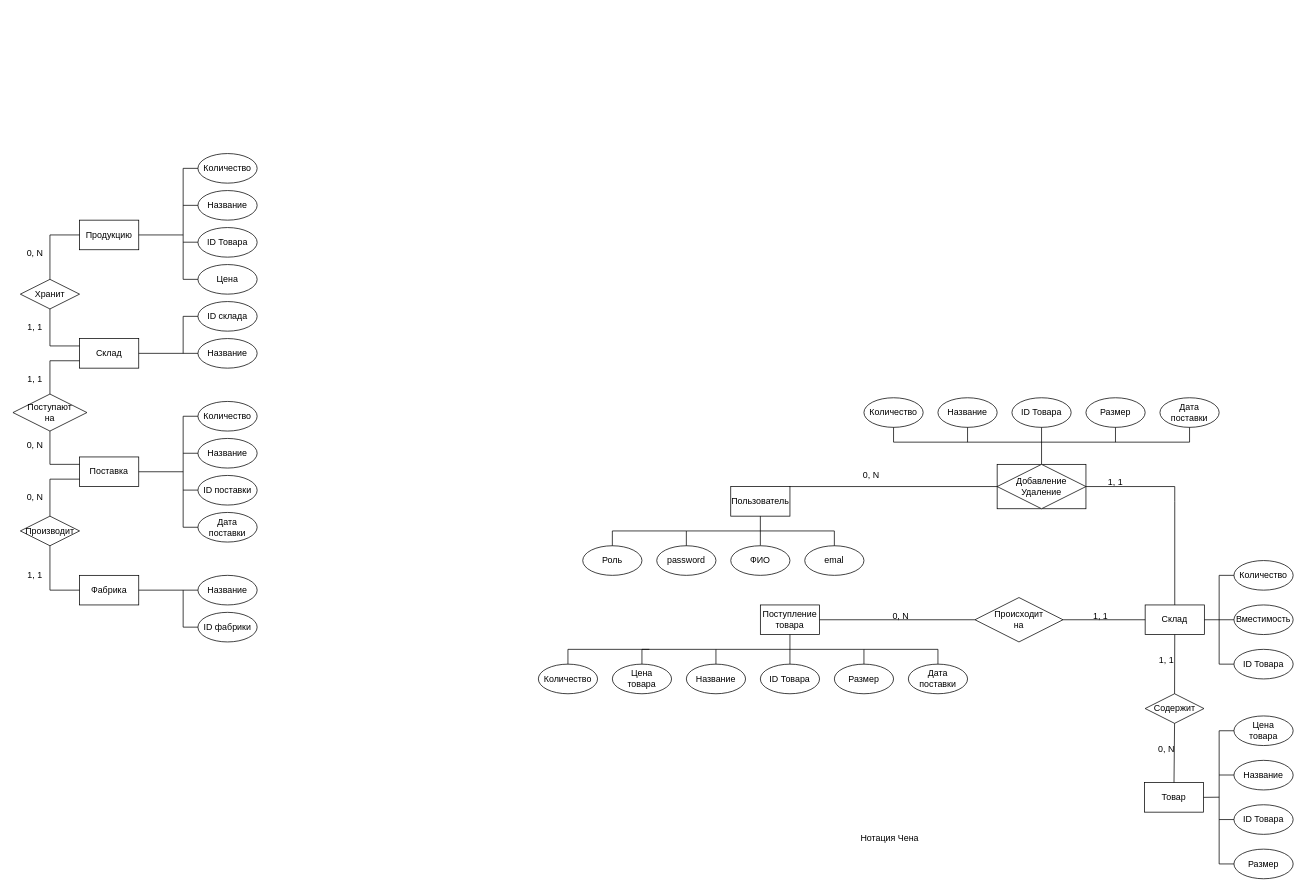
The draw.io diagram КМПО V2.0.drawio in marsek4/ssp, before the edit. Source tidied: cells renumbered, new cells numbered last; positions are measured from the earlier drawing's top-left corner, leaving out a move shared by most shapes. Both pictures are drawn from the tidied source at 74%, with x=0, y=0 at pixel (13, 153).
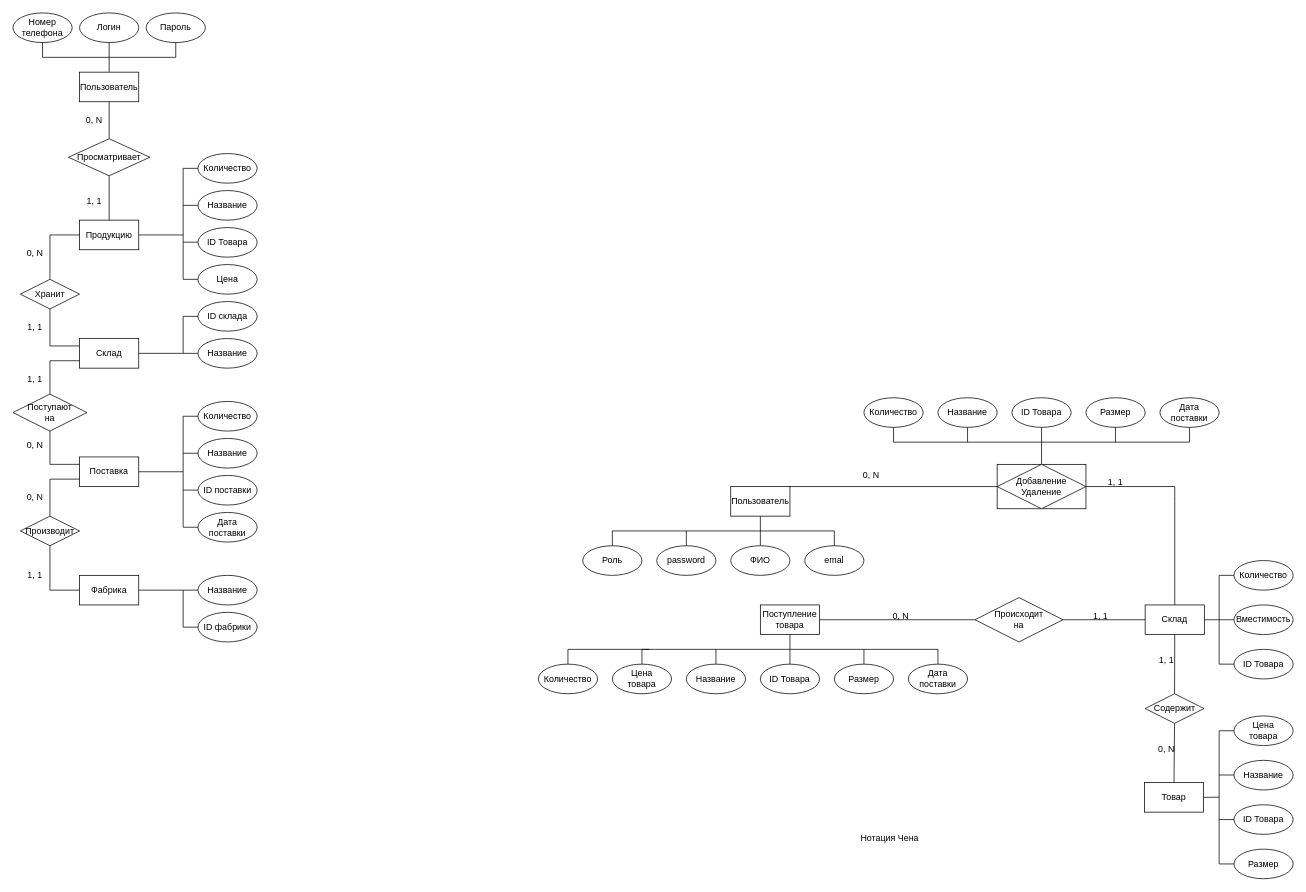
The same diagram, later.

The change refers to these unchanged cells:
```xml
<mxCell id="79" value="Продукцию" style="rounded=0;whiteSpace=wrap;html=1;" parent="1" vertex="1">
  <mxGeometry x="90" y="90" width="80" height="40" as="geometry" />
</mxCell>
```

Diff of the diagram source:
```diff
@@
+    <mxCell id="107" value="Пользователь" style="rounded=0;whiteSpace=wrap;html=1;" parent="1" vertex="1">
+      <mxGeometry x="90" y="-110" width="80" height="40" as="geometry" />
+    </mxCell>
+    <mxCell id="108" value="Просматривает" style="rhombus;whiteSpace=wrap;html=1;" parent="1" vertex="1">
+      <mxGeometry x="75" y="-20" width="110" height="50" as="geometry" />
+    </mxCell>
+    <mxCell id="109" style="endArrow=none;html=1;rounded=0;entryX=0.5;entryY=1;entryDx=0;entryDy=0;exitX=0.5;exitY=0;exitDx=0;exitDy=0;" parent="1" edge="1" source="108" target="107">
+      <mxGeometry relative="1" as="geometry" />
+    </mxCell>
+    <mxCell id="110" style="endArrow=none;html=1;rounded=0;entryX=0.5;entryY=1;entryDx=0;entryDy=0;exitX=0.5;exitY=0;exitDx=0;exitDy=0;" parent="1" edge="1" source="79" target="108">
+      <mxGeometry relative="1" as="geometry" />
+    </mxCell>
+    <mxCell id="111" value="Номер&lt;br&gt;телефона" style="ellipse;whiteSpace=wrap;html=1;" parent="1" vertex="1">
+      <mxGeometry y="-190" width="80" height="40" as="geometry" />
+    </mxCell>
+    <mxCell id="112" value="Логин" style="ellipse;whiteSpace=wrap;html=1;" parent="1" vertex="1">
+      <mxGeometry x="90" y="-190" width="80" height="40" as="geometry" />
+    </mxCell>
+    <mxCell id="113" value="Пароль" style="ellipse;whiteSpace=wrap;html=1;" parent="1" vertex="1">
+      <mxGeometry x="180" y="-190" width="80" height="40" as="geometry" />
+    </mxCell>
+    <mxCell id="114" style="endArrow=none;html=1;rounded=0;entryX=0.5;entryY=1;entryDx=0;entryDy=0;exitX=0.5;exitY=1;exitDx=0;exitDy=0;" parent="1" edge="1" source="113" target="111">
+      <mxGeometry relative="1" as="geometry">
+        <Array as="points">
+          <mxPoint x="220" y="-130" />
+          <mxPoint x="40" y="-130" />
+        </Array>
+      </mxGeometry>
+    </mxCell>
+    <mxCell id="115" style="endArrow=none;html=1;rounded=0;entryX=0.5;entryY=1;entryDx=0;entryDy=0;exitX=0.5;exitY=0;exitDx=0;exitDy=0;" parent="1" edge="1" source="107" target="112">
+      <mxGeometry relative="1" as="geometry" />
+    </mxCell>
+    <mxCell id="116" value="0, N" style="text;html=1;strokeColor=none;fillColor=none;align=center;verticalAlign=middle;whiteSpace=wrap;rounded=0;" parent="1" vertex="1">
+      <mxGeometry x="80" y="-60" width="60" height="30" as="geometry" />
+    </mxCell>
+    <mxCell id="117" value="1, 1" style="text;html=1;strokeColor=none;fillColor=none;align=center;verticalAlign=middle;whiteSpace=wrap;rounded=0;" parent="1" vertex="1">
+      <mxGeometry x="80" y="50" width="60" height="30" as="geometry" />
+    </mxCell>
```
